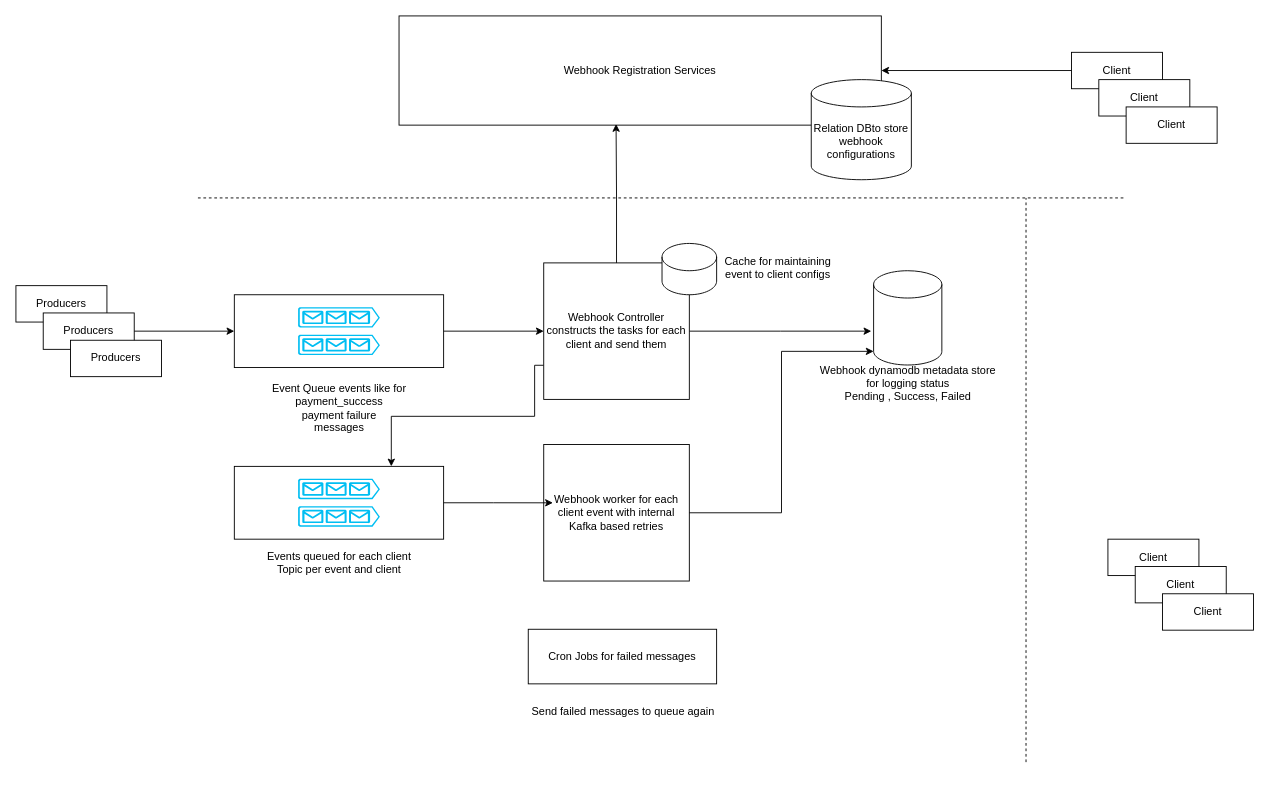
This is Webhook design.drawio from anshul1790/system-design-playground, a draw.io file, before an edit. Source tidied: cells renumbered, new cells numbered last; positions are measured from the earlier drawing's top-left corner, leaving out a move shared by most shapes. Both pictures are drawn from the tidied source at 91%, with x=0, y=0 at pixel (15, 15).
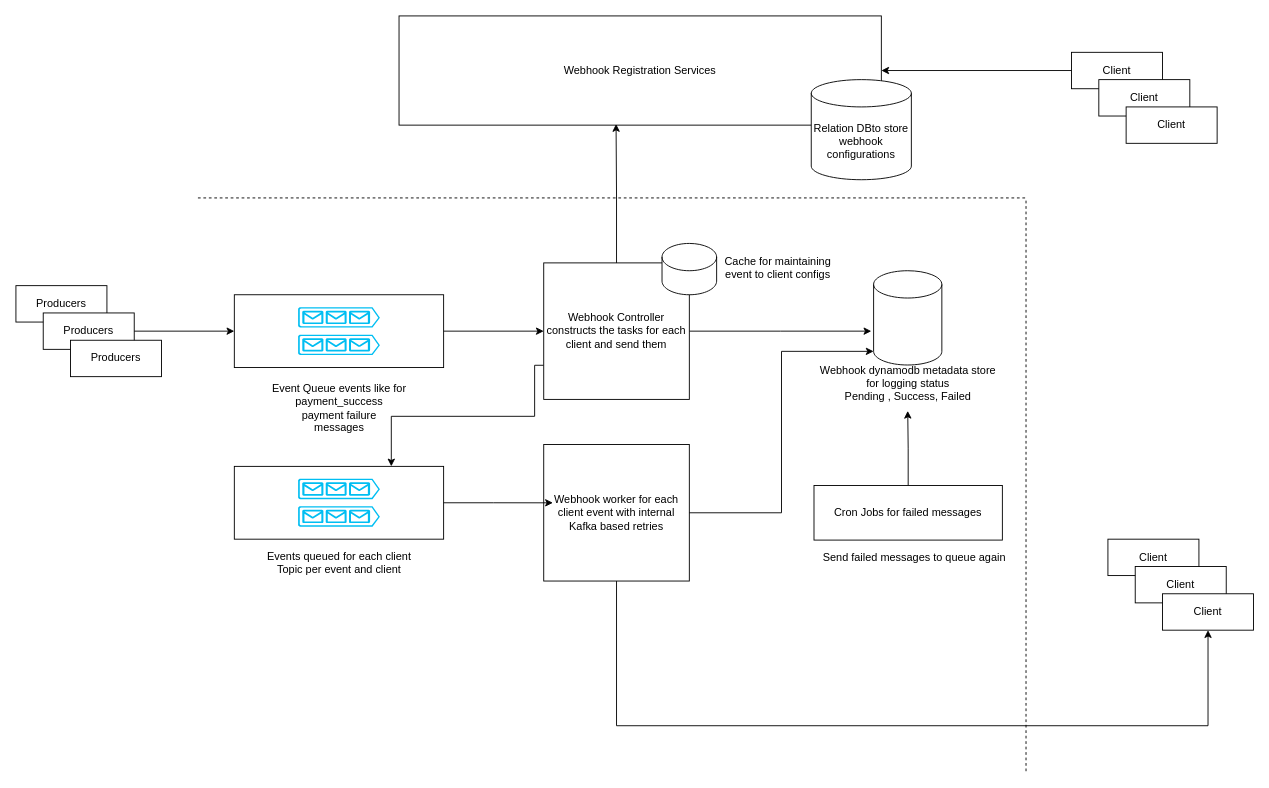
The same diagram, later.

The change refers to these unchanged cells:
```xml
<mxCell id="26" value="Webhook worker for each client event with internal Kafka based retries" style="rounded=0;whiteSpace=wrap;html=1;" parent="1" vertex="1">
  <mxGeometry x="580" y="471" width="160" height="150" as="geometry" />
</mxCell>
<mxCell id="41" value="Client" style="rounded=0;whiteSpace=wrap;html=1;" parent="38" vertex="1">
  <mxGeometry x="60" y="60" width="100" height="40" as="geometry" />
</mxCell>
<mxCell id="45" value="Webhook dynamodb metadata store&lt;div&gt;for logging status&lt;/div&gt;&lt;div&gt;Pending , Success, Failed&lt;/div&gt;" style="text;html=1;align=center;verticalAlign=middle;points=[];strokeColor=none;fillColor=none;" parent="43" vertex="1">
  <mxGeometry y="94" width="220" height="60" as="geometry" />
</mxCell>
```

What changed in the source:
```diff
@@
+    <mxCell id="48" style="edgeStyle=orthogonalEdgeStyle;rounded=0;jettySize=auto;html=1;entryX=0.5;entryY=1;entryDx=0;entryDy=0;" parent="1" edge="1" source="26" target="41">
+      <mxGeometry relative="1" as="geometry">
+        <Array as="points">
+          <mxPoint x="660" y="780" />
+          <mxPoint x="1310" y="780" />
+        </Array>
+      </mxGeometry>
+    </mxCell>
@@
+    <mxCell id="49" style="edgeStyle=orthogonalEdgeStyle;rounded=0;jettySize=auto;html=1;" parent="1" edge="1" source="29" target="45">
+      <mxGeometry relative="1" as="geometry" />
+    </mxCell>
     <mxCell id="29" value="Cron Jobs for failed messages" style="rounded=0;whiteSpace=wrap;html=1;" parent="1" vertex="1">
-      <mxGeometry x="563" y="674" width="207" height="60" as="geometry" />
+      <mxGeometry x="877" y="516" width="207" height="60" as="geometry" />
     </mxCell>
@@
     <mxCell id="34" value="Send failed messages to queue again" style="text;html=1;align=center;verticalAlign=middle;strokeColor=none;fillColor=none;" parent="1" vertex="1">
-      <mxGeometry x="556.5" y="750" width="220" height="30" as="geometry" />
+      <mxGeometry x="876.5" y="581" width="220" height="30" as="geometry" />
     </mxCell>
     <mxCell id="35" style="endArrow=none;dashed=1;html=1;rounded=0;" parent="1" edge="1">
       <mxGeometry relative="1" as="geometry">
         <mxPoint x="200" y="200" as="sourcePoint" />
-        <mxPoint x="1220" y="200" as="targetPoint" />
+        <mxPoint x="1110" y="200" as="targetPoint" />
       </mxGeometry>
     </mxCell>
@@
     <mxCell id="42" style="endArrow=none;dashed=1;html=1;rounded=0;" parent="1" edge="1">
       <mxGeometry relative="1" as="geometry">
-        <mxPoint x="1110" y="820" as="sourcePoint" />
+        <mxPoint x="1110" y="830" as="sourcePoint" />
         <mxPoint x="1110" y="200" as="targetPoint" />
       </mxGeometry>
     </mxCell>
```
